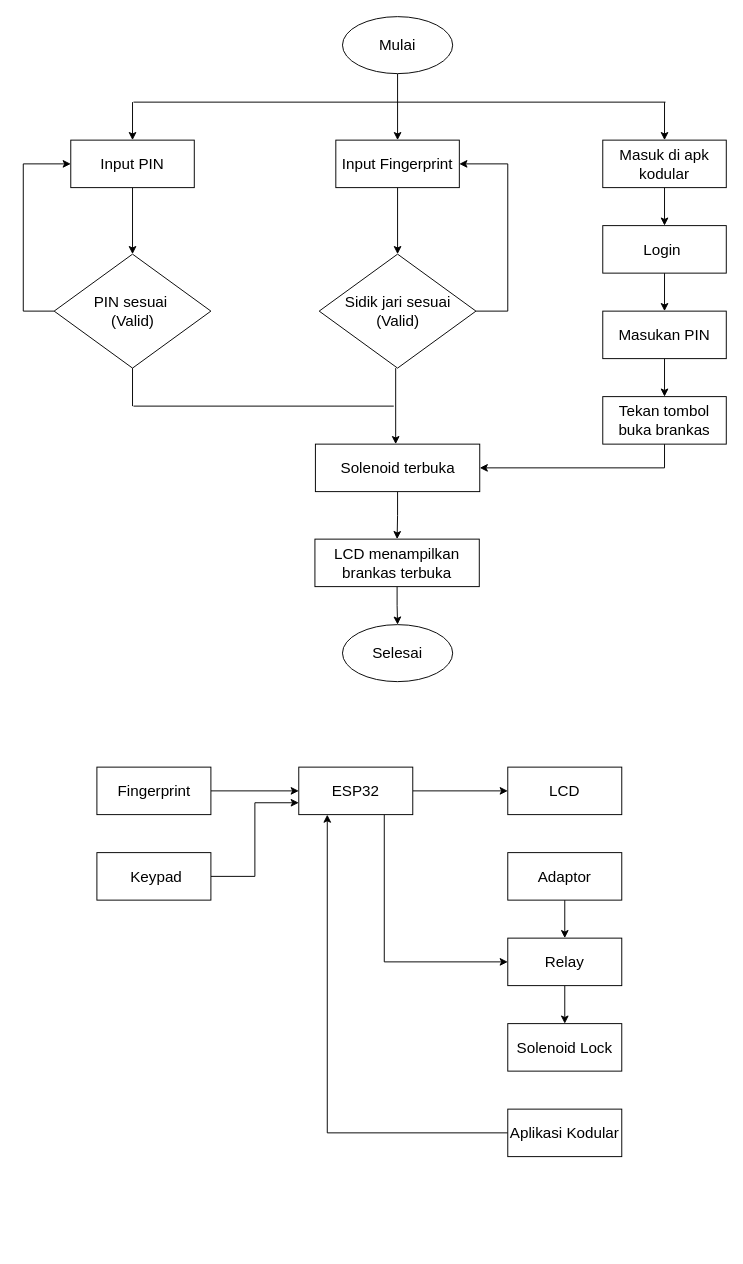
Before: Untitled Diagram.drawio in putrinadiasudartomo/13020210003_Modul7_dan_Modul8_PutriNadiaSudartomo, a draw.io diagram. Source tidied: cells renumbered, new cells numbered last; positions are measured from the earlier drawing's top-left corner, leaving out a move shared by most shapes. Both pictures are drawn from the tidied source at 95%, with x=0, y=0 at pixel (23, 16).
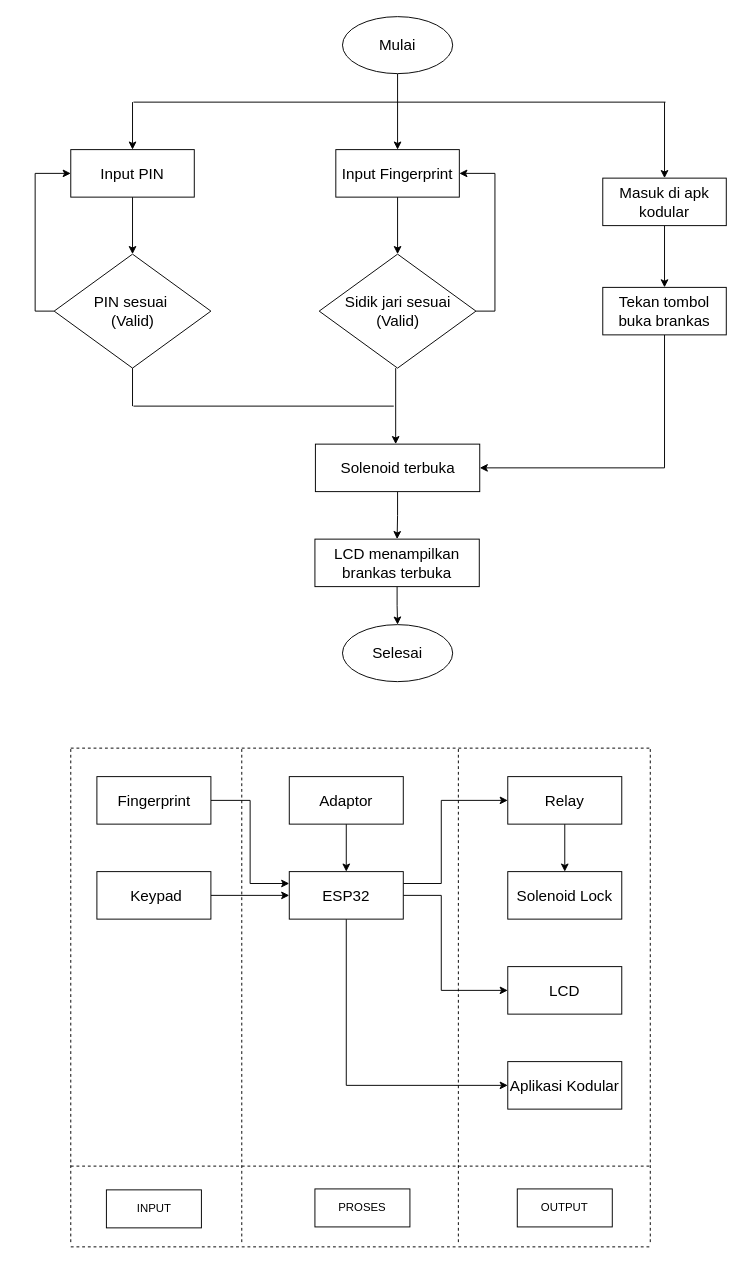
The same page after the edit.

Unchanged cells that the change refers to:
```xml
<mxCell id="11" value="&lt;font size=&quot;3&quot;&gt;PIN sesuai&amp;nbsp;&lt;/font&gt;&lt;div&gt;&lt;font size=&quot;3&quot;&gt;(Valid)&lt;/font&gt;&lt;/div&gt;" style="rhombus;whiteSpace=wrap;html=1;" parent="1" vertex="1">
  <mxGeometry x="32.5" y="250" width="165" height="120" as="geometry" />
</mxCell>
<mxCell id="14" value="&lt;font size=&quot;3&quot;&gt;Sidik jari sesuai&lt;/font&gt;&lt;div&gt;&lt;font size=&quot;3&quot;&gt;(Valid)&lt;/font&gt;&lt;/div&gt;" style="rhombus;whiteSpace=wrap;html=1;" parent="1" vertex="1">
  <mxGeometry x="311.5" y="250" width="165" height="120" as="geometry" />
</mxCell>
```

The edit, as a diff of the source:
```diff
@@
     <mxCell id="5" value="&lt;font size=&quot;3&quot;&gt;Input PIN&lt;/font&gt;" style="rounded=0;whiteSpace=wrap;html=1;" parent="1" vertex="1">
-      <mxGeometry x="50" y="130" width="130" height="50" as="geometry" />
+      <mxGeometry x="50" y="140" width="130" height="50" as="geometry" />
     </mxCell>
-    <mxCell id="6" style="edgeStyle=orthogonalEdgeStyle;rounded=0;jettySize=auto;html=1;exitX=0.5;exitY=1;exitDx=0;exitDy=0;entryX=0.5;entryY=0;entryDx=0;entryDy=0;" parent="1" edge="1" source="7" target="24">
-      <mxGeometry relative="1" as="geometry" />
-    </mxCell>
+    <mxCell id="46" style="edgeStyle=orthogonalEdgeStyle;rounded=0;jettySize=auto;html=1;exitX=0.5;exitY=1;exitDx=0;exitDy=0;entryX=0.5;entryY=0;entryDx=0;entryDy=0;" parent="1" edge="1" source="7" target="28">
+      <mxGeometry relative="1" as="geometry" />
+    </mxCell>
     <mxCell id="7" value="&lt;font size=&quot;3&quot;&gt;Masuk di apk kodular&lt;/font&gt;" style="rounded=0;whiteSpace=wrap;html=1;" parent="1" vertex="1">
-      <mxGeometry x="610" y="130" width="130" height="50" as="geometry" />
+      <mxGeometry x="610" y="170" width="130" height="50" as="geometry" />
     </mxCell>
@@
     <mxCell id="9" value="&lt;font size=&quot;3&quot;&gt;Input Fingerprint&lt;/font&gt;" style="rounded=0;whiteSpace=wrap;html=1;" parent="1" vertex="1">
-      <mxGeometry x="329" y="130" width="130" height="50" as="geometry" />
+      <mxGeometry x="329" y="140" width="130" height="50" as="geometry" />
     </mxCell>
     <mxCell id="10" style="edgeStyle=orthogonalEdgeStyle;rounded=0;jettySize=auto;html=1;exitX=0;exitY=0.5;exitDx=0;exitDy=0;entryX=0;entryY=0.5;entryDx=0;entryDy=0;" parent="1" edge="1" source="11" target="5">
-      <mxGeometry relative="1" as="geometry">
-        <Array as="points">
-          <mxPoint y="310" />
-          <mxPoint y="155" />
-        </Array>
-      </mxGeometry>
+      <mxGeometry relative="1" as="geometry" />
     </mxCell>
@@
     <mxCell id="13" style="edgeStyle=orthogonalEdgeStyle;rounded=0;jettySize=auto;html=1;exitX=1;exitY=0.5;exitDx=0;exitDy=0;entryX=1;entryY=0.5;entryDx=0;entryDy=0;" parent="1" edge="1" source="14" target="9">
-      <mxGeometry relative="1" as="geometry">
-        <Array as="points">
-          <mxPoint x="510" y="310" />
-          <mxPoint x="510" y="155" />
-        </Array>
-      </mxGeometry>
+      <mxGeometry relative="1" as="geometry" />
     </mxCell>
@@
-    <mxCell id="23" style="edgeStyle=orthogonalEdgeStyle;rounded=0;jettySize=auto;html=1;exitX=0.5;exitY=1;exitDx=0;exitDy=0;" parent="1" edge="1" source="24" target="26">
-      <mxGeometry relative="1" as="geometry" />
-    </mxCell>
-    <mxCell id="24" value="&lt;font size=&quot;3&quot;&gt;Login&amp;nbsp;&lt;/font&gt;" style="rounded=0;whiteSpace=wrap;html=1;" parent="1" vertex="1">
-      <mxGeometry x="610" y="220" width="130" height="50" as="geometry" />
-    </mxCell>
-    <mxCell id="25" style="edgeStyle=orthogonalEdgeStyle;rounded=0;jettySize=auto;html=1;exitX=0.5;exitY=1;exitDx=0;exitDy=0;entryX=0.5;entryY=0;entryDx=0;entryDy=0;" parent="1" edge="1" source="26" target="28">
-      <mxGeometry relative="1" as="geometry" />
-    </mxCell>
-    <mxCell id="26" value="&lt;font size=&quot;3&quot;&gt;Masukan PIN&lt;/font&gt;" style="rounded=0;whiteSpace=wrap;html=1;" parent="1" vertex="1">
-      <mxGeometry x="610" y="310" width="130" height="50" as="geometry" />
-    </mxCell>
@@
     <mxCell id="28" value="&lt;font size=&quot;3&quot;&gt;Tekan tombol buka brankas&lt;/font&gt;" style="rounded=0;whiteSpace=wrap;html=1;" parent="1" vertex="1">
-      <mxGeometry x="610" y="400" width="130" height="50" as="geometry" />
+      <mxGeometry x="610" y="285" width="130" height="50" as="geometry" />
     </mxCell>
@@
-    <mxCell id="31" style="edgeStyle=orthogonalEdgeStyle;rounded=0;jettySize=auto;html=1;exitX=1;exitY=0.5;exitDx=0;exitDy=0;" parent="1" edge="1" source="32" target="37">
+    <mxCell id="31" style="edgeStyle=orthogonalEdgeStyle;rounded=0;jettySize=auto;html=1;exitX=1;exitY=0.5;exitDx=0;exitDy=0;entryX=0;entryY=0.25;entryDx=0;entryDy=0;" parent="1" edge="1" source="32" target="37">
       <mxGeometry relative="1" as="geometry" />
     </mxCell>
     <mxCell id="32" value="&lt;font size=&quot;3&quot;&gt;Fingerprint&lt;/font&gt;" style="rounded=0;whiteSpace=wrap;html=1;" parent="1" vertex="1">
-      <mxGeometry x="77.5" y="790" width="120" height="50" as="geometry" />
+      <mxGeometry x="77.5" y="800" width="120" height="50" as="geometry" />
     </mxCell>
-    <mxCell id="33" style="edgeStyle=orthogonalEdgeStyle;rounded=0;jettySize=auto;html=1;exitX=1;exitY=0.5;exitDx=0;exitDy=0;entryX=0;entryY=0.75;entryDx=0;entryDy=0;" parent="1" edge="1" source="34" target="37">
+    <mxCell id="33" style="edgeStyle=orthogonalEdgeStyle;rounded=0;jettySize=auto;html=1;exitX=1;exitY=0.5;exitDx=0;exitDy=0;entryX=0;entryY=0.5;entryDx=0;entryDy=0;" parent="1" edge="1" source="34" target="37">
       <mxGeometry relative="1" as="geometry" />
     </mxCell>
     <mxCell id="34" value="&lt;font size=&quot;3&quot;&gt;&amp;nbsp;Keypad&lt;/font&gt;" style="rounded=0;whiteSpace=wrap;html=1;" parent="1" vertex="1">
-      <mxGeometry x="77.5" y="880" width="120" height="50" as="geometry" />
+      <mxGeometry x="77.5" y="900" width="120" height="50" as="geometry" />
     </mxCell>
+    <mxCell id="47" style="edgeStyle=orthogonalEdgeStyle;rounded=0;jettySize=auto;html=1;exitX=0.5;exitY=1;exitDx=0;exitDy=0;entryX=0;entryY=0.5;entryDx=0;entryDy=0;" parent="1" edge="1" source="37" target="45">
+      <mxGeometry relative="1" as="geometry" />
+    </mxCell>
     <mxCell id="35" style="edgeStyle=orthogonalEdgeStyle;rounded=0;jettySize=auto;html=1;exitX=1;exitY=0.5;exitDx=0;exitDy=0;entryX=0;entryY=0.5;entryDx=0;entryDy=0;" parent="1" edge="1" source="37" target="38">
-      <mxGeometry relative="1" as="geometry" />
+      <mxGeometry relative="1" as="geometry">
+        <Array as="points">
+          <mxPoint x="440" y="925" />
+          <mxPoint x="440" y="1025" />
+        </Array>
+      </mxGeometry>
     </mxCell>
-    <mxCell id="36" style="edgeStyle=orthogonalEdgeStyle;rounded=0;jettySize=auto;html=1;exitX=0.75;exitY=1;exitDx=0;exitDy=0;entryX=0;entryY=0.5;entryDx=0;entryDy=0;" parent="1" edge="1" source="37" target="42">
-      <mxGeometry relative="1" as="geometry" />
+    <mxCell id="36" style="edgeStyle=orthogonalEdgeStyle;rounded=0;jettySize=auto;html=1;exitX=1;exitY=0.25;exitDx=0;exitDy=0;entryX=0;entryY=0.5;entryDx=0;entryDy=0;" parent="1" edge="1" source="37" target="42">
+      <mxGeometry relative="1" as="geometry">
+        <Array as="points">
+          <mxPoint x="440" y="913" />
+          <mxPoint x="440" y="825" />
+        </Array>
+      </mxGeometry>
     </mxCell>
     <mxCell id="37" value="&lt;font size=&quot;3&quot;&gt;ESP32&lt;/font&gt;" style="rounded=0;whiteSpace=wrap;html=1;" parent="1" vertex="1">
-      <mxGeometry x="290" y="790" width="120" height="50" as="geometry" />
+      <mxGeometry x="280" y="900" width="120" height="50" as="geometry" />
     </mxCell>
     <mxCell id="38" value="&lt;font size=&quot;3&quot;&gt;LCD&lt;/font&gt;" style="rounded=0;whiteSpace=wrap;html=1;" parent="1" vertex="1">
-      <mxGeometry x="510" y="790" width="120" height="50" as="geometry" />
+      <mxGeometry x="510" y="1000" width="120" height="50" as="geometry" />
     </mxCell>
-    <mxCell id="39" style="edgeStyle=orthogonalEdgeStyle;rounded=0;jettySize=auto;html=1;exitX=0.5;exitY=1;exitDx=0;exitDy=0;" parent="1" edge="1" source="40" target="42">
-      <mxGeometry relative="1" as="geometry" />
-    </mxCell>
+    <mxCell id="48" style="edgeStyle=orthogonalEdgeStyle;rounded=0;jettySize=auto;html=1;exitX=0.5;exitY=1;exitDx=0;exitDy=0;entryX=0.5;entryY=0;entryDx=0;entryDy=0;" parent="1" edge="1" source="40" target="37">
+      <mxGeometry relative="1" as="geometry" />
+    </mxCell>
     <mxCell id="40" value="&lt;font size=&quot;3&quot;&gt;Adaptor&lt;/font&gt;" style="rounded=0;whiteSpace=wrap;html=1;" parent="1" vertex="1">
-      <mxGeometry x="510" y="880" width="120" height="50" as="geometry" />
+      <mxGeometry x="280" y="800" width="120" height="50" as="geometry" />
     </mxCell>
@@
     <mxCell id="42" value="&lt;font size=&quot;3&quot;&gt;Relay&lt;/font&gt;" style="rounded=0;whiteSpace=wrap;html=1;" parent="1" vertex="1">
-      <mxGeometry x="510" y="970" width="120" height="50" as="geometry" />
+      <mxGeometry x="510" y="800" width="120" height="50" as="geometry" />
     </mxCell>
     <mxCell id="43" value="&lt;font size=&quot;3&quot;&gt;Solenoid Lock&lt;/font&gt;" style="rounded=0;whiteSpace=wrap;html=1;" parent="1" vertex="1">
-      <mxGeometry x="510" y="1060" width="120" height="50" as="geometry" />
+      <mxGeometry x="510" y="900" width="120" height="50" as="geometry" />
     </mxCell>
-    <mxCell id="44" style="edgeStyle=orthogonalEdgeStyle;rounded=0;jettySize=auto;html=1;exitX=0;exitY=0.5;exitDx=0;exitDy=0;entryX=0.25;entryY=1;entryDx=0;entryDy=0;" parent="1" edge="1" source="45" target="37">
-      <mxGeometry relative="1" as="geometry" />
-    </mxCell>
     <mxCell id="45" value="&lt;font size=&quot;3&quot;&gt;Aplikasi Kodular&lt;/font&gt;" style="rounded=0;whiteSpace=wrap;html=1;" parent="1" vertex="1">
-      <mxGeometry x="510" y="1150" width="120" height="50" as="geometry" />
+      <mxGeometry x="510" y="1100" width="120" height="50" as="geometry" />
     </mxCell>
+    <mxCell id="49" value="INPUT" style="rounded=0;whiteSpace=wrap;html=1;" parent="1" vertex="1">
+      <mxGeometry x="87.5" y="1235" width="100" height="40" as="geometry" />
+    </mxCell>
+    <mxCell id="50" value="PROSES" style="rounded=0;whiteSpace=wrap;html=1;" parent="1" vertex="1">
+      <mxGeometry x="307" y="1234" width="100" height="40" as="geometry" />
+    </mxCell>
+    <mxCell id="51" value="OUTPUT" style="rounded=0;whiteSpace=wrap;html=1;" parent="1" vertex="1">
+      <mxGeometry x="520" y="1234" width="100" height="40" as="geometry" />
+    </mxCell>
+    <mxCell id="52" style="endArrow=none;dashed=1;html=1;rounded=0;" parent="1" edge="1">
+      <mxGeometry relative="1" as="geometry">
+        <mxPoint x="50" y="1290" as="sourcePoint" />
+        <mxPoint x="50" y="770" as="targetPoint" />
+      </mxGeometry>
+    </mxCell>
+    <mxCell id="53" style="endArrow=none;dashed=1;html=1;rounded=0;" parent="1" edge="1">
+      <mxGeometry relative="1" as="geometry">
+        <mxPoint x="50" y="770" as="sourcePoint" />
+        <mxPoint x="660" y="770" as="targetPoint" />
+      </mxGeometry>
+    </mxCell>
+    <mxCell id="54" style="endArrow=none;dashed=1;html=1;rounded=0;" parent="1" edge="1">
+      <mxGeometry relative="1" as="geometry">
+        <mxPoint x="660" y="1290" as="sourcePoint" />
+        <mxPoint x="660" y="770" as="targetPoint" />
+      </mxGeometry>
+    </mxCell>
+    <mxCell id="55" style="endArrow=none;dashed=1;html=1;rounded=0;" parent="1" edge="1">
+      <mxGeometry relative="1" as="geometry">
+        <mxPoint x="50" y="1295" as="sourcePoint" />
+        <mxPoint x="660" y="1295" as="targetPoint" />
+      </mxGeometry>
+    </mxCell>
+    <mxCell id="56" style="endArrow=none;dashed=1;html=1;rounded=0;" parent="1" edge="1">
+      <mxGeometry relative="1" as="geometry">
+        <mxPoint x="50" y="1210" as="sourcePoint" />
+        <mxPoint x="660" y="1210" as="targetPoint" />
+      </mxGeometry>
+    </mxCell>
+    <mxCell id="57" style="endArrow=none;dashed=1;html=1;rounded=0;" parent="1" edge="1">
+      <mxGeometry relative="1" as="geometry">
+        <mxPoint x="230" y="1290" as="sourcePoint" />
+        <mxPoint x="230" y="770" as="targetPoint" />
+      </mxGeometry>
+    </mxCell>
+    <mxCell id="58" style="endArrow=none;dashed=1;html=1;rounded=0;" parent="1" edge="1">
+      <mxGeometry relative="1" as="geometry">
+        <mxPoint x="458" y="1290" as="sourcePoint" />
+        <mxPoint x="458" y="771" as="targetPoint" />
+      </mxGeometry>
+    </mxCell>
```
